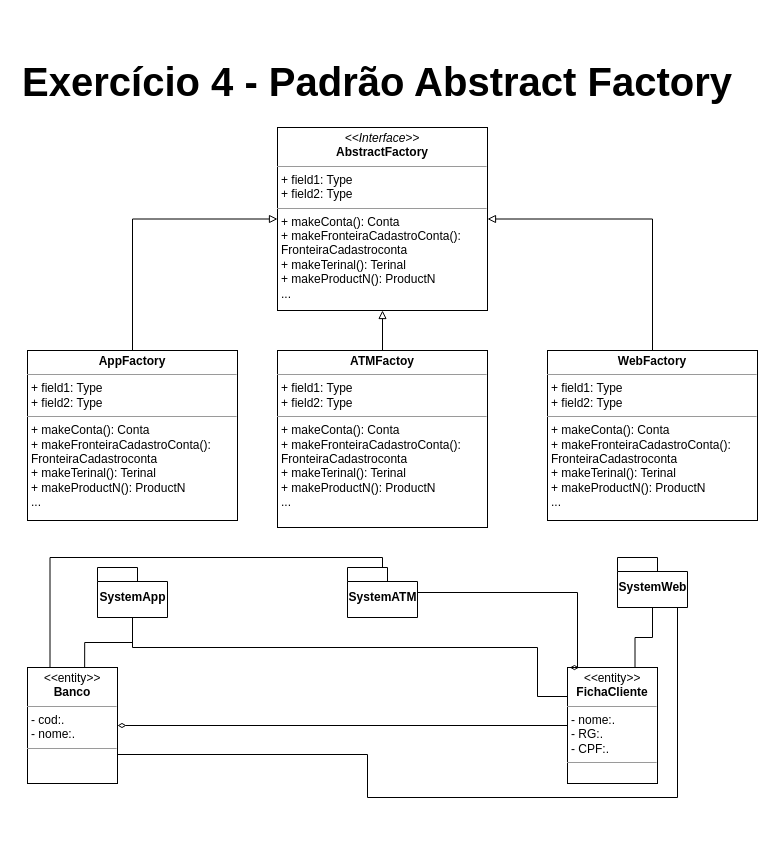
Earlier version of the draw.io diagram ATM_AbstractFactory.drawio (JorgeEduardoFOS/lista2MC426). Source tidied: cells renumbered, new cells numbered last; positions are measured from the earlier drawing's top-left corner, leaving out a move shared by most shapes. Both pictures are drawn from the tidied source at 100%, with x=0, y=0 at pixel (17, 47).
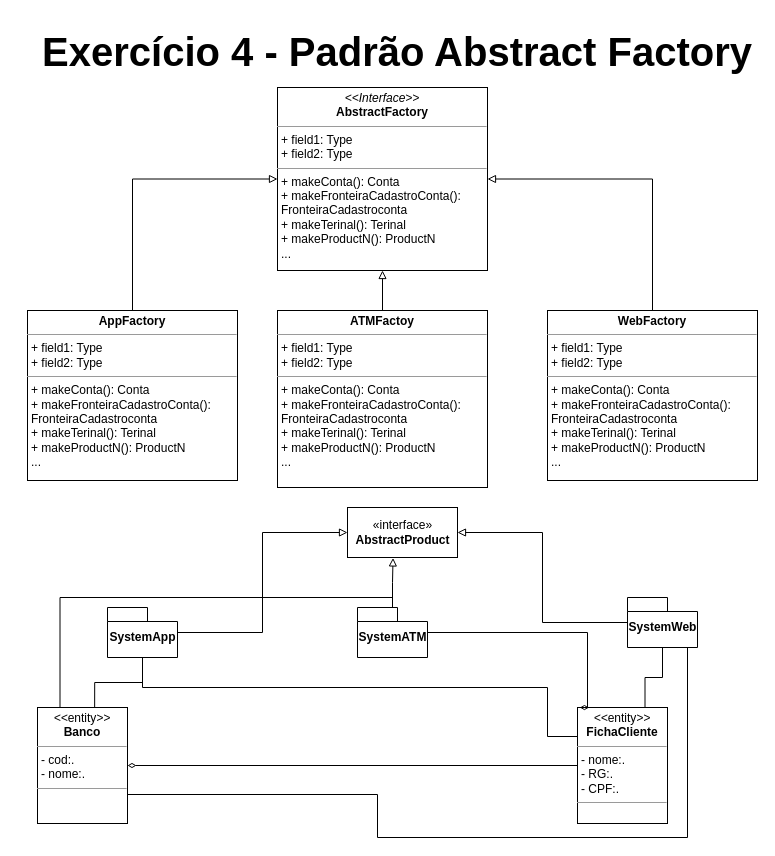
The same page after the edit.

Change to the diagram source:
```diff
@@
     <mxCell id="2" value="&lt;p style=&quot;margin:0px;margin-top:4px;text-align:center;&quot;&gt;&lt;i&gt;&amp;lt;&amp;lt;&lt;/i&gt;entity&lt;i&gt;&amp;gt;&amp;gt;&lt;/i&gt;&lt;br&gt;&lt;b&gt;Banco&lt;/b&gt;&lt;/p&gt;&lt;hr size=&quot;1&quot;&gt;&lt;p style=&quot;margin:0px;margin-left:4px;&quot;&gt;- cod:.&lt;/p&gt;&lt;p style=&quot;margin:0px;margin-left:4px;&quot;&gt;- nome:.&lt;br&gt;&lt;/p&gt;&lt;hr size=&quot;1&quot;&gt;&lt;p style=&quot;margin:0px;margin-left:4px;&quot;&gt;&lt;br&gt;&lt;/p&gt;" style="verticalAlign=top;align=left;overflow=fill;fontSize=12;fontFamily=Helvetica;html=1;" parent="1" vertex="1">
-      <mxGeometry x="10" y="620" width="90" height="116" as="geometry" />
+      <mxGeometry x="20" y="660" width="90" height="116" as="geometry" />
     </mxCell>
@@
     <mxCell id="4" value="&lt;p style=&quot;margin:0px;margin-top:4px;text-align:center;&quot;&gt;&lt;i&gt;&amp;lt;&amp;lt;&lt;/i&gt;entity&lt;i&gt;&amp;gt;&amp;gt;&lt;/i&gt;&lt;br&gt;&lt;b&gt;FichaCliente&lt;/b&gt;&lt;/p&gt;&lt;hr size=&quot;1&quot;&gt;&lt;p style=&quot;margin:0px;margin-left:4px;&quot;&gt;- nome:.&lt;/p&gt;&lt;p style=&quot;margin:0px;margin-left:4px;&quot;&gt;- RG:.&lt;br&gt;&lt;/p&gt;&lt;p style=&quot;margin:0px;margin-left:4px;&quot;&gt;- CPF:.&lt;/p&gt;&lt;hr size=&quot;1&quot;&gt;&lt;p style=&quot;margin:0px;margin-left:4px;&quot;&gt;&lt;br&gt;&lt;/p&gt;" style="verticalAlign=top;align=left;overflow=fill;fontSize=12;fontFamily=Helvetica;html=1;" parent="1" vertex="1">
-      <mxGeometry x="550" y="620" width="90" height="116" as="geometry" />
+      <mxGeometry x="560" y="660" width="90" height="116" as="geometry" />
     </mxCell>
     <mxCell id="5" value="Exercício 4 - Padrão Abstract Factory" style="text;align=center;fontStyle=1;verticalAlign=middle;spacingLeft=3;spacingRight=3;strokeColor=none;fontSize=40;labelBorderColor=none;fillColor=none;strokeWidth=0;" parent="1" vertex="1">
-      <mxGeometry width="720" height="60" as="geometry" />
+      <mxGeometry x="20" y="-30" width="720" height="60" as="geometry" />
     </mxCell>
@@
     <mxCell id="9" value="&lt;p style=&quot;margin:0px;margin-top:4px;text-align:center;&quot;&gt;&lt;i&gt;&amp;lt;&amp;lt;Interface&amp;gt;&amp;gt;&lt;/i&gt;&lt;br&gt;&lt;b&gt;AbstractFactory&lt;/b&gt;&lt;/p&gt;&lt;hr size=&quot;1&quot;&gt;&lt;p style=&quot;margin:0px;margin-left:4px;&quot;&gt;+ field1: Type&lt;br&gt;+ field2: Type&lt;/p&gt;&lt;hr size=&quot;1&quot;&gt;&lt;p style=&quot;margin:0px;margin-left:4px;&quot;&gt;+ makeConta(): Conta&lt;br&gt;+ makeFronteiraCadastroConta():&lt;/p&gt;&lt;p style=&quot;margin:0px;margin-left:4px;&quot;&gt;FronteiraCadastroconta&lt;/p&gt;&lt;p style=&quot;margin:0px;margin-left:4px;&quot;&gt;+ makeTerinal(): Terinal&lt;/p&gt;&lt;p style=&quot;margin:0px;margin-left:4px;&quot;&gt;+ makeProductN(): ProductN&lt;/p&gt;&lt;p style=&quot;margin:0px;margin-left:4px;&quot;&gt;...&lt;/p&gt;" style="verticalAlign=top;align=left;overflow=fill;fontSize=12;fontFamily=Helvetica;html=1;" parent="1" vertex="1">
-      <mxGeometry x="260" y="80" width="210" height="183" as="geometry" />
+      <mxGeometry x="260" y="40" width="210" height="183" as="geometry" />
     </mxCell>
@@
     <mxCell id="11" style="edgeStyle=orthogonalEdgeStyle;rounded=0;jettySize=auto;html=1;entryX=0;entryY=0.25;entryDx=0;entryDy=0;startArrow=none;startFill=0;endArrow=none;endFill=0;" parent="1" edge="1" source="12" target="4">
       <mxGeometry relative="1" as="geometry">
         <Array as="points">
-          <mxPoint x="115" y="600" />
-          <mxPoint x="520" y="600" />
-          <mxPoint x="520" y="649" />
+          <mxPoint x="125" y="640" />
+          <mxPoint x="530" y="640" />
+          <mxPoint x="530" y="689" />
         </Array>
       </mxGeometry>
     </mxCell>
+    <mxCell id="22" style="edgeStyle=orthogonalEdgeStyle;rounded=0;jettySize=auto;html=1;entryX=0;entryY=0.5;entryDx=0;entryDy=0;endArrow=block;endFill=0;" parent="1" edge="1" source="12" target="25">
+      <mxGeometry relative="1" as="geometry" />
+    </mxCell>
     <mxCell id="12" value="SystemApp" style="shape=folder;fontStyle=1;spacingTop=10;tabWidth=40;tabHeight=14;tabPosition=left;html=1;" parent="1" vertex="1">
-      <mxGeometry x="80" y="520" width="70" height="50" as="geometry" />
+      <mxGeometry x="90" y="560" width="70" height="50" as="geometry" />
     </mxCell>
     <mxCell id="13" value="&lt;p style=&quot;margin:0px;margin-top:4px;text-align:center;&quot;&gt;&lt;b&gt;AppFactory&lt;/b&gt;&lt;/p&gt;&lt;hr size=&quot;1&quot;&gt;&lt;p style=&quot;margin:0px;margin-left:4px;&quot;&gt;+ field1: Type&lt;br&gt;+ field2: Type&lt;/p&gt;&lt;hr size=&quot;1&quot;&gt;&lt;p style=&quot;margin:0px;margin-left:4px;&quot;&gt;+ makeConta(): Conta&lt;br&gt;+ makeFronteiraCadastroConta():&lt;/p&gt;&lt;p style=&quot;margin:0px;margin-left:4px;&quot;&gt;FronteiraCadastroconta&lt;/p&gt;&lt;p style=&quot;margin:0px;margin-left:4px;&quot;&gt;+ makeTerinal(): Terinal&lt;/p&gt;&lt;p style=&quot;margin:0px;margin-left:4px;&quot;&gt;+ makeProductN(): ProductN&lt;/p&gt;&lt;p style=&quot;margin:0px;margin-left:4px;&quot;&gt;...&lt;/p&gt;" style="verticalAlign=top;align=left;overflow=fill;fontSize=12;fontFamily=Helvetica;html=1;" parent="1" vertex="1">
-      <mxGeometry x="10" y="303" width="210" height="170" as="geometry" />
+      <mxGeometry x="10" y="263" width="210" height="170" as="geometry" />
     </mxCell>
     <mxCell id="14" value="&lt;p style=&quot;margin:0px;margin-top:4px;text-align:center;&quot;&gt;&lt;b&gt;WebFactory&lt;/b&gt;&lt;/p&gt;&lt;hr size=&quot;1&quot;&gt;&lt;p style=&quot;margin:0px;margin-left:4px;&quot;&gt;+ field1: Type&lt;br&gt;+ field2: Type&lt;/p&gt;&lt;hr size=&quot;1&quot;&gt;&lt;p style=&quot;margin:0px;margin-left:4px;&quot;&gt;+ makeConta(): Conta&lt;br&gt;+ makeFronteiraCadastroConta():&lt;/p&gt;&lt;p style=&quot;margin:0px;margin-left:4px;&quot;&gt;FronteiraCadastroconta&lt;/p&gt;&lt;p style=&quot;margin:0px;margin-left:4px;&quot;&gt;+ makeTerinal(): Terinal&lt;/p&gt;&lt;p style=&quot;margin:0px;margin-left:4px;&quot;&gt;+ makeProductN(): ProductN&lt;/p&gt;&lt;p style=&quot;margin:0px;margin-left:4px;&quot;&gt;...&lt;/p&gt;" style="verticalAlign=top;align=left;overflow=fill;fontSize=12;fontFamily=Helvetica;html=1;" parent="1" vertex="1">
-      <mxGeometry x="530" y="303" width="210" height="170" as="geometry" />
+      <mxGeometry x="530" y="263" width="210" height="170" as="geometry" />
     </mxCell>
     <mxCell id="15" value="&lt;p style=&quot;margin:0px;margin-top:4px;text-align:center;&quot;&gt;&lt;b&gt;ATMFactoy&lt;/b&gt;&lt;/p&gt;&lt;hr size=&quot;1&quot;&gt;&lt;p style=&quot;margin:0px;margin-left:4px;&quot;&gt;+ field1: Type&lt;br&gt;+ field2: Type&lt;/p&gt;&lt;hr size=&quot;1&quot;&gt;&lt;p style=&quot;margin:0px;margin-left:4px;&quot;&gt;+ makeConta(): Conta&lt;br&gt;+ makeFronteiraCadastroConta():&lt;/p&gt;&lt;p style=&quot;margin:0px;margin-left:4px;&quot;&gt;FronteiraCadastroconta&lt;/p&gt;&lt;p style=&quot;margin:0px;margin-left:4px;&quot;&gt;+ makeTerinal(): Terinal&lt;/p&gt;&lt;p style=&quot;margin:0px;margin-left:4px;&quot;&gt;+ makeProductN(): ProductN&lt;/p&gt;&lt;p style=&quot;margin:0px;margin-left:4px;&quot;&gt;...&lt;/p&gt;" style="verticalAlign=top;align=left;overflow=fill;fontSize=12;fontFamily=Helvetica;html=1;" parent="1" vertex="1">
-      <mxGeometry x="260" y="303" width="210" height="177" as="geometry" />
+      <mxGeometry x="260" y="263" width="210" height="177" as="geometry" />
     </mxCell>
     <mxCell id="16" style="edgeStyle=orthogonalEdgeStyle;rounded=0;jettySize=auto;html=1;entryX=0.25;entryY=0;entryDx=0;entryDy=0;startArrow=none;startFill=0;endArrow=none;endFill=0;" parent="1" edge="1" source="18" target="2">
       <mxGeometry relative="1" as="geometry">
         <Array as="points">
-          <mxPoint x="365" y="510" />
-          <mxPoint x="32" y="510" />
+          <mxPoint x="375" y="550" />
+          <mxPoint x="42" y="550" />
         </Array>
       </mxGeometry>
     </mxCell>
     <mxCell id="17" style="edgeStyle=orthogonalEdgeStyle;rounded=0;jettySize=auto;html=1;entryX=0.127;entryY=0.001;entryDx=0;entryDy=0;startArrow=none;startFill=0;endArrow=diamondThin;endFill=0;entryPerimeter=0;" parent="1" edge="1" source="18" target="4">
       <mxGeometry relative="1" as="geometry">
         <Array as="points">
-          <mxPoint x="560" y="545" />
-          <mxPoint x="560" y="620" />
+          <mxPoint x="570" y="585" />
+          <mxPoint x="570" y="660" />
         </Array>
       </mxGeometry>
     </mxCell>
+    <mxCell id="23" style="edgeStyle=orthogonalEdgeStyle;rounded=0;jettySize=auto;html=1;entryX=0.414;entryY=1.009;entryDx=0;entryDy=0;entryPerimeter=0;endArrow=block;endFill=0;" parent="1" edge="1" source="18" target="25">
+      <mxGeometry relative="1" as="geometry" />
+    </mxCell>
     <mxCell id="18" value="SystemATM" style="shape=folder;fontStyle=1;spacingTop=10;tabWidth=40;tabHeight=14;tabPosition=left;html=1;" parent="1" vertex="1">
-      <mxGeometry x="330" y="520" width="70" height="50" as="geometry" />
+      <mxGeometry x="340" y="560" width="70" height="50" as="geometry" />
     </mxCell>
@@
     <mxCell id="20" style="edgeStyle=orthogonalEdgeStyle;rounded=0;jettySize=auto;html=1;entryX=1;entryY=0.75;entryDx=0;entryDy=0;startArrow=none;startFill=0;endArrow=none;endFill=0;" parent="1" edge="1" source="21" target="2">
       <mxGeometry relative="1" as="geometry">
         <Array as="points">
-          <mxPoint x="660" y="750" />
-          <mxPoint x="350" y="750" />
-          <mxPoint x="350" y="707" />
+          <mxPoint x="670" y="790" />
+          <mxPoint x="360" y="790" />
+          <mxPoint x="360" y="747" />
         </Array>
       </mxGeometry>
     </mxCell>
+    <mxCell id="24" style="edgeStyle=orthogonalEdgeStyle;rounded=0;jettySize=auto;html=1;entryX=1;entryY=0.5;entryDx=0;entryDy=0;endArrow=block;endFill=0;" parent="1" edge="1" source="21" target="25">
+      <mxGeometry relative="1" as="geometry" />
+    </mxCell>
     <mxCell id="21" value="SystemWeb" style="shape=folder;fontStyle=1;spacingTop=10;tabWidth=40;tabHeight=14;tabPosition=left;html=1;" parent="1" vertex="1">
-      <mxGeometry x="600" y="510" width="70" height="50" as="geometry" />
+      <mxGeometry x="610" y="550" width="70" height="50" as="geometry" />
     </mxCell>
+    <mxCell id="25" value="«interface»&lt;br&gt;&lt;b&gt;AbstractProduct&lt;/b&gt;" style="html=1;" parent="1" vertex="1">
+      <mxGeometry x="330" y="460" width="110" height="50" as="geometry" />
+    </mxCell>
```
